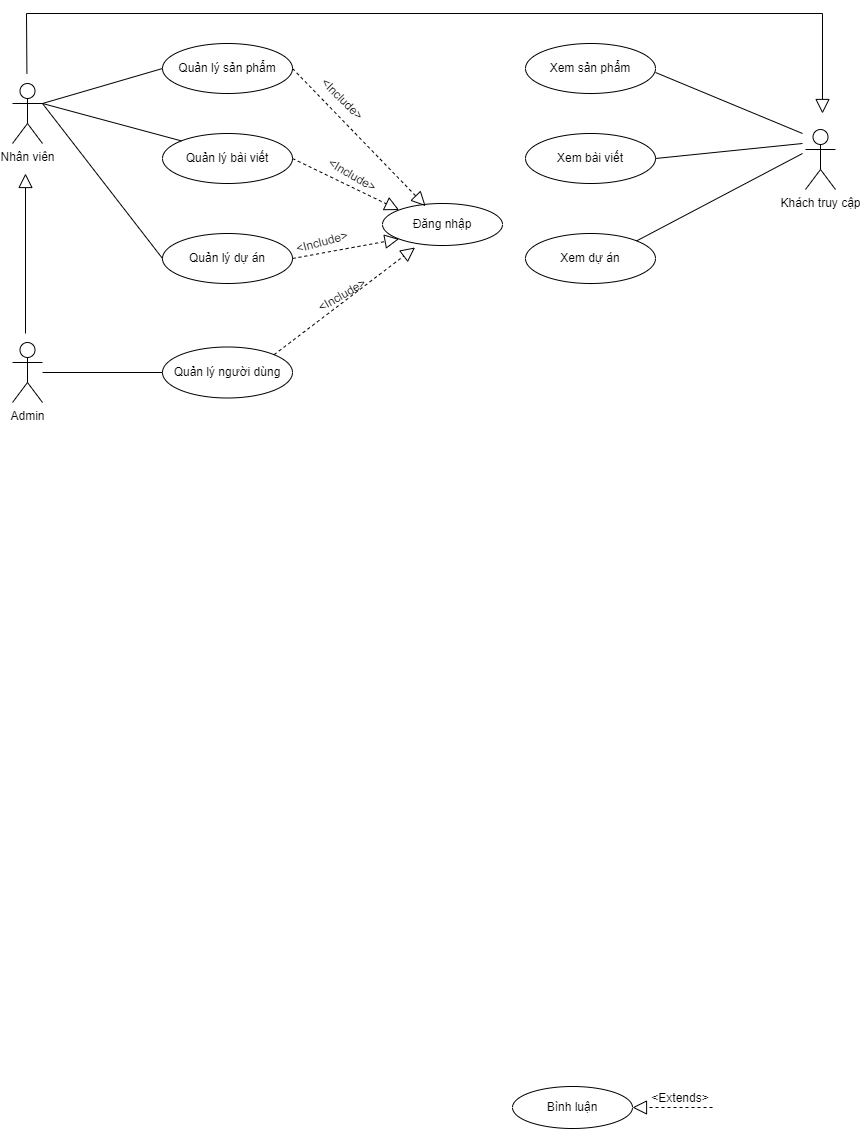
Earlier version of the draw.io export UseCase.png (ChauCongTu/thiet-ke-linh-tinh). Source tidied: cells renumbered, new cells last; positions are measured from the earlier drawing's top-left corner, leaving out a move shared by most shapes.
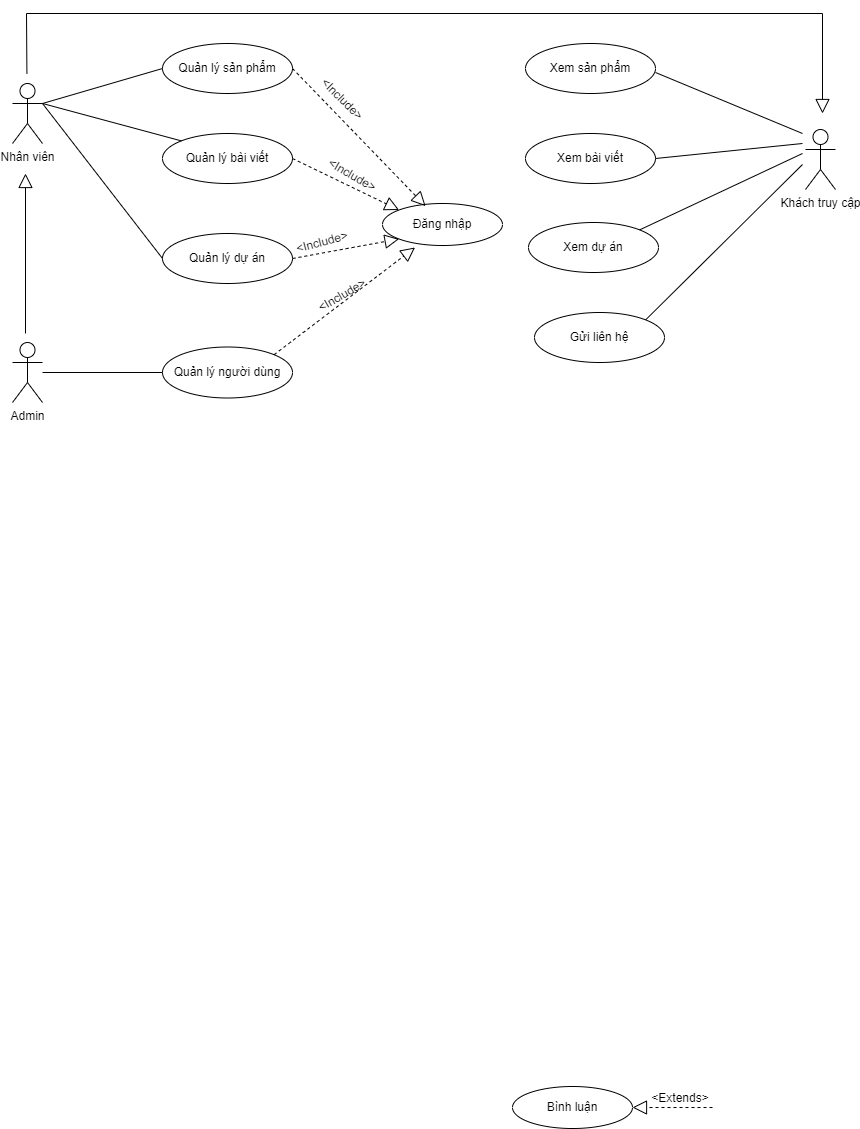
The same file after the commit.

Commit message:
Cập nhật UseCase.png

Change to the diagram source:
```diff
@@ -30,7 +30,7 @@
       <mxGeometry x="513" y="120" width="130" height="50" as="geometry" />
     </mxCell>
     <mxCell id="11" value="Xem dự án" style="ellipse;whiteSpace=wrap;html=1;" parent="1" vertex="1">
-      <mxGeometry x="513" y="220" width="130" height="50" as="geometry" />
+      <mxGeometry x="516" y="209" width="130" height="50" as="geometry" />
     </mxCell>
     <mxCell id="12" value="Đăng nhập" style="ellipse;whiteSpace=wrap;html=1;" parent="1" vertex="1">
       <mxGeometry x="370" y="190" width="120" height="42" as="geometry" />
@@ -114,5 +114,13 @@
         <mxPoint x="790" y="140" as="targetPoint" />
       </mxGeometry>
     </mxCell>
+    <mxCell id="33" value="Gửi liên hệ" style="ellipse;whiteSpace=wrap;html=1;" parent="1" vertex="1">
+      <mxGeometry x="522" y="299" width="130" height="50" as="geometry" />
+    </mxCell>
+    <mxCell id="34" style="endArrow=none;html=1;rounded=0;exitX=1;exitY=0;exitDx=0;exitDy=0;" parent="1" edge="1" source="33">
+      <mxGeometry relative="1" as="geometry">
+        <mxPoint x="790" y="151" as="targetPoint" />
+      </mxGeometry>
+    </mxCell>
   </root>
 </mxGraphModel>
```
